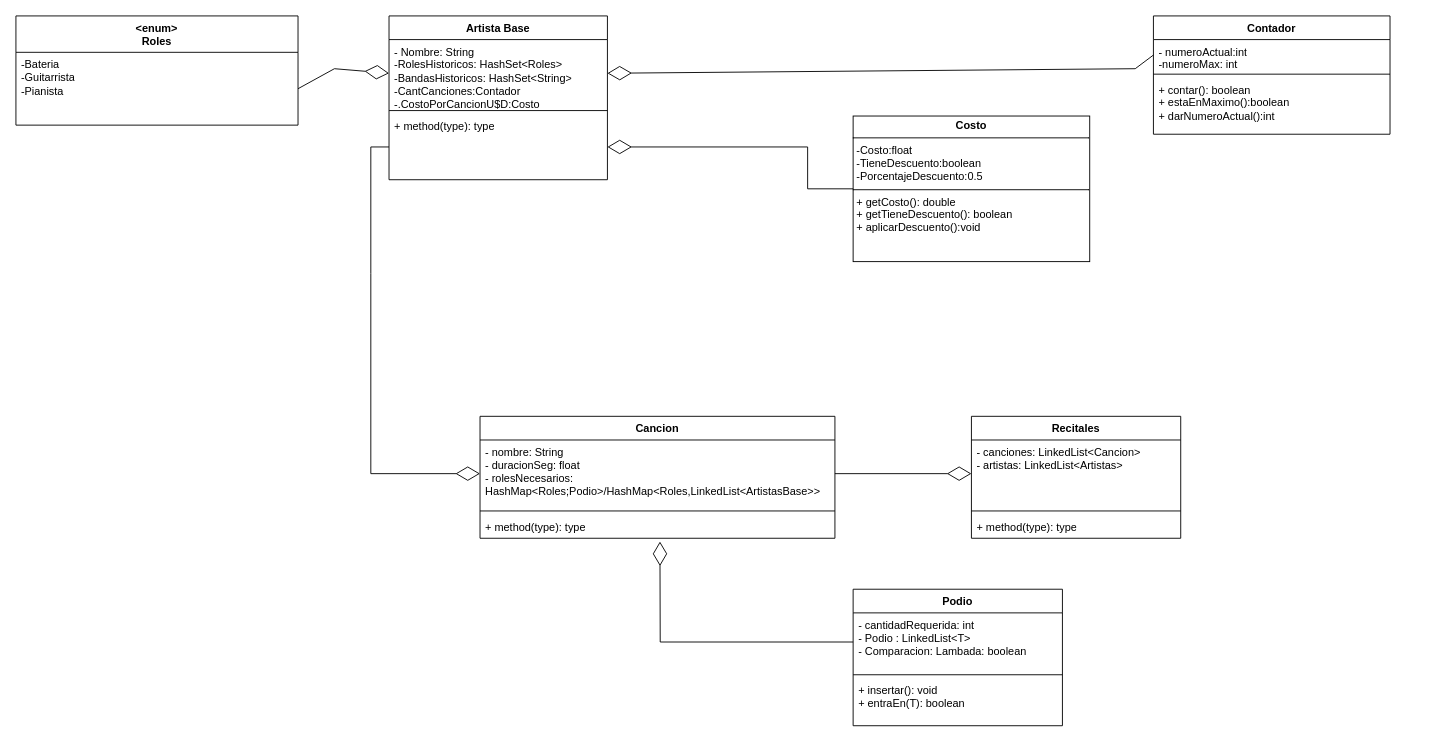
This is UML/UML.drawio from Potasio54321/Paradigmas-TP, a draw.io file, before an edit. Source tidied: cells renumbered, new cells numbered last; positions are measured from the earlier drawing's top-left corner, leaving out a move shared by most shapes. Both pictures are drawn from the tidied source at 91%, with x=0, y=0 at pixel (15, 15).
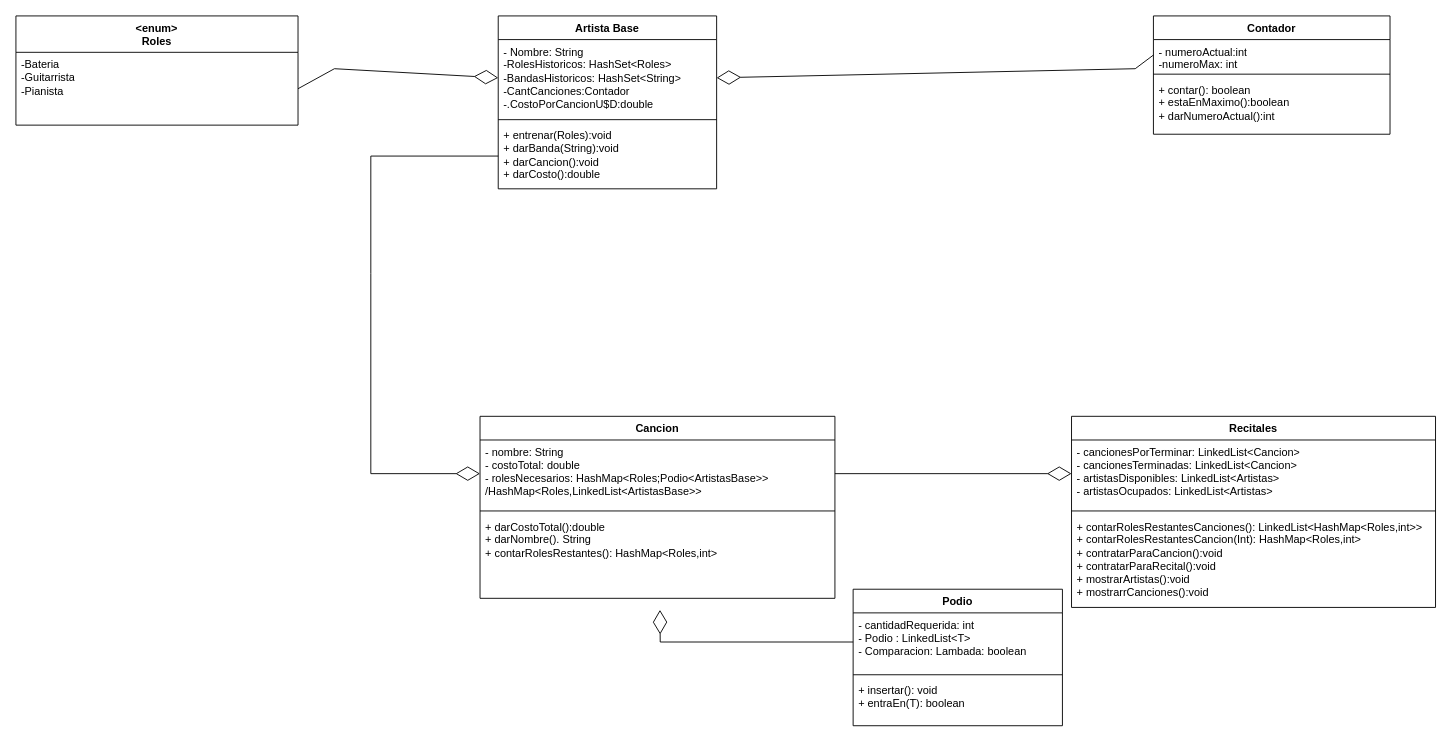
Above is the later version.

Diff of the diagram source:
```diff
@@
     <mxCell id="2" value="Artista Base" style="swimlane;fontStyle=1;align=center;verticalAlign=top;horizontal=1;startSize=26;whiteSpace=wrap;html=1;" parent="1" vertex="1">
-      <mxGeometry x="410" width="240" height="180" as="geometry" />
+      <mxGeometry x="530" width="240" height="190" as="geometry" />
     </mxCell>
-    <mxCell id="3" value="- Nombre: String&lt;div&gt;-RolesHistoricos: HashSet&amp;lt;Roles&amp;gt;&lt;/div&gt;&lt;div&gt;-BandasHistoricos: HashSet&amp;lt;String&amp;gt;&lt;/div&gt;&lt;div&gt;-CantCanciones:Contador&lt;div&gt;-.CostoPorCancionU$D:Costo&lt;/div&gt;&lt;/div&gt;" style="text;strokeColor=none;fillColor=none;align=left;verticalAlign=top;spacingLeft=4;spacingRight=4;overflow=hidden;points=[[0,0.5],[1,0.5]];portConstraint=eastwest;whiteSpace=wrap;html=1;" parent="2" vertex="1">
-      <mxGeometry y="26" width="240" height="74" as="geometry" />
+    <mxCell id="3" value="- Nombre: String&lt;div&gt;-RolesHistoricos: HashSet&amp;lt;Roles&amp;gt;&lt;/div&gt;&lt;div&gt;-BandasHistoricos: HashSet&amp;lt;String&amp;gt;&lt;/div&gt;&lt;div&gt;-CantCanciones:Contador&lt;div&gt;-.CostoPorCancionU$D:double&lt;/div&gt;&lt;/div&gt;" style="text;strokeColor=none;fillColor=none;align=left;verticalAlign=top;spacingLeft=4;spacingRight=4;overflow=hidden;points=[[0,0.5],[1,0.5]];portConstraint=eastwest;whiteSpace=wrap;html=1;" parent="2" vertex="1">
+      <mxGeometry y="26" width="240" height="84" as="geometry" />
     </mxCell>
     <mxCell id="4" style="line;strokeWidth=1;fillColor=none;align=left;verticalAlign=middle;spacingTop=-1;spacingLeft=3;spacingRight=3;labelPosition=right;strokeColor=inherit;" parent="2" vertex="1">
-      <mxGeometry y="100" width="240" height="8" as="geometry" />
+      <mxGeometry y="110" width="240" height="8" as="geometry" />
     </mxCell>
-    <mxCell id="5" value="+ method(type): type" style="text;strokeColor=none;fillColor=none;align=left;verticalAlign=top;spacingLeft=4;spacingRight=4;overflow=hidden;points=[[0,0.5],[1,0.5]];portConstraint=eastwest;whiteSpace=wrap;html=1;" parent="2" vertex="1">
-      <mxGeometry y="108" width="240" height="72" as="geometry" />
+    <mxCell id="5" value="+ entrenar(Roles):void&lt;div&gt;+ darBanda(String):void&lt;/div&gt;&lt;div&gt;+ darCancion():void&lt;/div&gt;&lt;div&gt;+ darCosto():double&lt;/div&gt;" style="text;strokeColor=none;fillColor=none;align=left;verticalAlign=top;spacingLeft=4;spacingRight=4;overflow=hidden;points=[[0,0.5],[1,0.5]];portConstraint=eastwest;whiteSpace=wrap;html=1;" parent="2" vertex="1">
+      <mxGeometry y="118" width="240" height="72" as="geometry" />
     </mxCell>
@@
     <mxCell id="14" value="Cancion" style="swimlane;fontStyle=1;align=center;verticalAlign=top;horizontal=1;startSize=26;whiteSpace=wrap;html=1;" parent="1" vertex="1">
-      <mxGeometry x="510" y="440" width="390" height="134" as="geometry" />
+      <mxGeometry x="510" y="440" width="390" height="200" as="geometry" />
     </mxCell>
-    <mxCell id="15" value="- nombre: String&lt;div&gt;- duracionSeg: float&lt;/div&gt;&lt;div&gt;- rolesNecesarios: HashMap&amp;lt;Roles;Podio&amp;gt;/HashMap&amp;lt;Roles,LinkedList&amp;lt;ArtistasBase&amp;gt;&amp;gt;&lt;/div&gt;" style="text;strokeColor=none;fillColor=none;align=left;verticalAlign=top;spacingLeft=4;spacingRight=4;overflow=hidden;points=[[0,0.5],[1,0.5]];portConstraint=eastwest;whiteSpace=wrap;html=1;" parent="14" vertex="1">
+    <mxCell id="15" value="- nombre: String&lt;div&gt;- costoTotal: double&lt;/div&gt;&lt;div&gt;- rolesNecesarios: HashMap&amp;lt;Roles;Podio&amp;lt;ArtistasBase&amp;gt;&amp;gt;&lt;/div&gt;&lt;div&gt;/HashMap&amp;lt;Roles,LinkedList&amp;lt;ArtistasBase&amp;gt;&amp;gt;&lt;/div&gt;" style="text;strokeColor=none;fillColor=none;align=left;verticalAlign=top;spacingLeft=4;spacingRight=4;overflow=hidden;points=[[0,0.5],[1,0.5]];portConstraint=eastwest;whiteSpace=wrap;html=1;" parent="14" vertex="1">
       <mxGeometry y="26" width="390" height="74" as="geometry" />
     </mxCell>
@@
-    <mxCell id="17" value="+ method(type): type" style="text;strokeColor=none;fillColor=none;align=left;verticalAlign=top;spacingLeft=4;spacingRight=4;overflow=hidden;points=[[0,0.5],[1,0.5]];portConstraint=eastwest;whiteSpace=wrap;html=1;" parent="14" vertex="1">
-      <mxGeometry y="108" width="390" height="26" as="geometry" />
+    <mxCell id="17" value="+ darCostoTotal():double&lt;div&gt;+ darNombre(). String&lt;/div&gt;&lt;div&gt;+ contarRolesRestantes(): HashMap&amp;lt;Roles,int&amp;gt;&lt;/div&gt;" style="text;strokeColor=none;fillColor=none;align=left;verticalAlign=top;spacingLeft=4;spacingRight=4;overflow=hidden;points=[[0,0.5],[1,0.5]];portConstraint=eastwest;whiteSpace=wrap;html=1;" parent="14" vertex="1">
+      <mxGeometry y="108" width="390" height="92" as="geometry" />
     </mxCell>
     <mxCell id="18" value="Recitales" style="swimlane;fontStyle=1;align=center;verticalAlign=top;horizontal=1;startSize=26;whiteSpace=wrap;html=1;" parent="1" vertex="1">
-      <mxGeometry x="1050" y="440" width="230" height="134" as="geometry" />
+      <mxGeometry x="1160" y="440" width="400" height="210" as="geometry" />
     </mxCell>
-    <mxCell id="19" value="- canciones: LinkedList&amp;lt;Cancion&amp;gt;&lt;div&gt;- artistas: LinkedList&amp;lt;Artistas&amp;gt;&lt;/div&gt;" style="text;strokeColor=none;fillColor=none;align=left;verticalAlign=top;spacingLeft=4;spacingRight=4;overflow=hidden;points=[[0,0.5],[1,0.5]];portConstraint=eastwest;whiteSpace=wrap;html=1;" parent="18" vertex="1">
-      <mxGeometry y="26" width="230" height="74" as="geometry" />
+    <mxCell id="19" value="- cancionesPorTerminar: LinkedList&amp;lt;Cancion&amp;gt;&lt;div&gt;- cancionesTerminadas: LinkedList&amp;lt;Cancion&amp;gt;&lt;br&gt;&lt;div&gt;- artistasDisponibles: LinkedList&amp;lt;Artistas&amp;gt;&lt;/div&gt;&lt;div&gt;- artistasOcupados: LinkedList&amp;lt;Artistas&amp;gt;&lt;/div&gt;&lt;/div&gt;" style="text;strokeColor=none;fillColor=none;align=left;verticalAlign=top;spacingLeft=4;spacingRight=4;overflow=hidden;points=[[0,0.5],[1,0.5]];portConstraint=eastwest;whiteSpace=wrap;html=1;" parent="18" vertex="1">
+      <mxGeometry y="26" width="400" height="74" as="geometry" />
     </mxCell>
     <mxCell id="20" style="line;strokeWidth=1;fillColor=none;align=left;verticalAlign=middle;spacingTop=-1;spacingLeft=3;spacingRight=3;labelPosition=right;strokeColor=inherit;" parent="18" vertex="1">
-      <mxGeometry y="100" width="230" height="8" as="geometry" />
+      <mxGeometry y="100" width="400" height="8" as="geometry" />
     </mxCell>
-    <mxCell id="21" value="+ method(type): type" style="text;strokeColor=none;fillColor=none;align=left;verticalAlign=top;spacingLeft=4;spacingRight=4;overflow=hidden;whiteSpace=wrap;html=1;" parent="18" vertex="1">
-      <mxGeometry y="108" width="230" height="26" as="geometry" />
+    <mxCell id="21" value="+ contarRolesRestantesCanciones(): LinkedList&amp;lt;HashMap&amp;lt;Roles,int&amp;gt;&amp;gt;&lt;div&gt;+ contarRolesRestantesCancion(Int): HashMap&amp;lt;Roles,int&amp;gt;&lt;/div&gt;&lt;div&gt;&lt;div&gt;+ contratarParaCancion():void&lt;/div&gt;&lt;/div&gt;&lt;div&gt;+ contratarParaRecital():void&lt;/div&gt;&lt;div&gt;+ mostrarArtistas():void&lt;/div&gt;&lt;div&gt;+ mostrarrCanciones():void&lt;/div&gt;" style="text;strokeColor=none;fillColor=none;align=left;verticalAlign=top;spacingLeft=4;spacingRight=4;overflow=hidden;whiteSpace=wrap;html=1;" parent="18" vertex="1">
+      <mxGeometry y="108" width="400" height="102" as="geometry" />
     </mxCell>
     <mxCell id="22" style="endArrow=diamondThin;endFill=0;endSize=24;html=1;rounded=0;exitX=0;exitY=0.5;exitDx=0;exitDy=0;entryX=0;entryY=0.5;entryDx=0;entryDy=0;" parent="1" edge="1" source="5" target="15">
       <mxGeometry relative="1" as="geometry">
         <Array as="points">
-          <mxPoint x="390" y="144" />
+          <mxPoint x="390" y="154" />
           <mxPoint x="390" y="283" />
           <mxPoint x="390" y="503" />
         </Array>
       </mxGeometry>
     </mxCell>
@@
-    <mxCell id="29" value="&lt;p style=&quot;margin:0px;margin-top:4px;text-align:center;&quot;&gt;&lt;b&gt;Costo&lt;/b&gt;&lt;/p&gt;&lt;hr size=&quot;1&quot; style=&quot;border-style:solid;&quot;&gt;&lt;p style=&quot;margin:0px;margin-left:4px;&quot;&gt;-Costo:float&lt;/p&gt;&lt;p style=&quot;margin:0px;margin-left:4px;&quot;&gt;-TieneDescuento:boolean&lt;/p&gt;&lt;p style=&quot;margin:0px;margin-left:4px;&quot;&gt;-PorcentajeDescuento:0.5&lt;/p&gt;&lt;hr size=&quot;1&quot; style=&quot;border-style:solid;&quot;&gt;&lt;p style=&quot;margin:0px;margin-left:4px;&quot;&gt;+ getCosto(): double&lt;/p&gt;&lt;p style=&quot;margin:0px;margin-left:4px;&quot;&gt;+ getTieneDescuento(): boolean&lt;/p&gt;&lt;p style=&quot;margin:0px;margin-left:4px;&quot;&gt;+ aplicarDescuento():void&lt;/p&gt;" style="verticalAlign=top;align=left;overflow=fill;html=1;whiteSpace=wrap;" parent="1" vertex="1">
-      <mxGeometry x="920" y="110" width="260" height="160" as="geometry" />
-    </mxCell>
-    <mxCell id="30" style="endArrow=diamondThin;endFill=0;endSize=24;html=1;rounded=0;exitX=0;exitY=0.5;exitDx=0;exitDy=0;entryX=1;entryY=0.5;entryDx=0;entryDy=0;" parent="1" edge="1" source="29" target="5">
-      <mxGeometry relative="1" as="geometry">
-        <Array as="points">
-          <mxPoint x="870" y="190" />
-          <mxPoint x="870" y="144" />
-        </Array>
-      </mxGeometry>
-    </mxCell>
```
